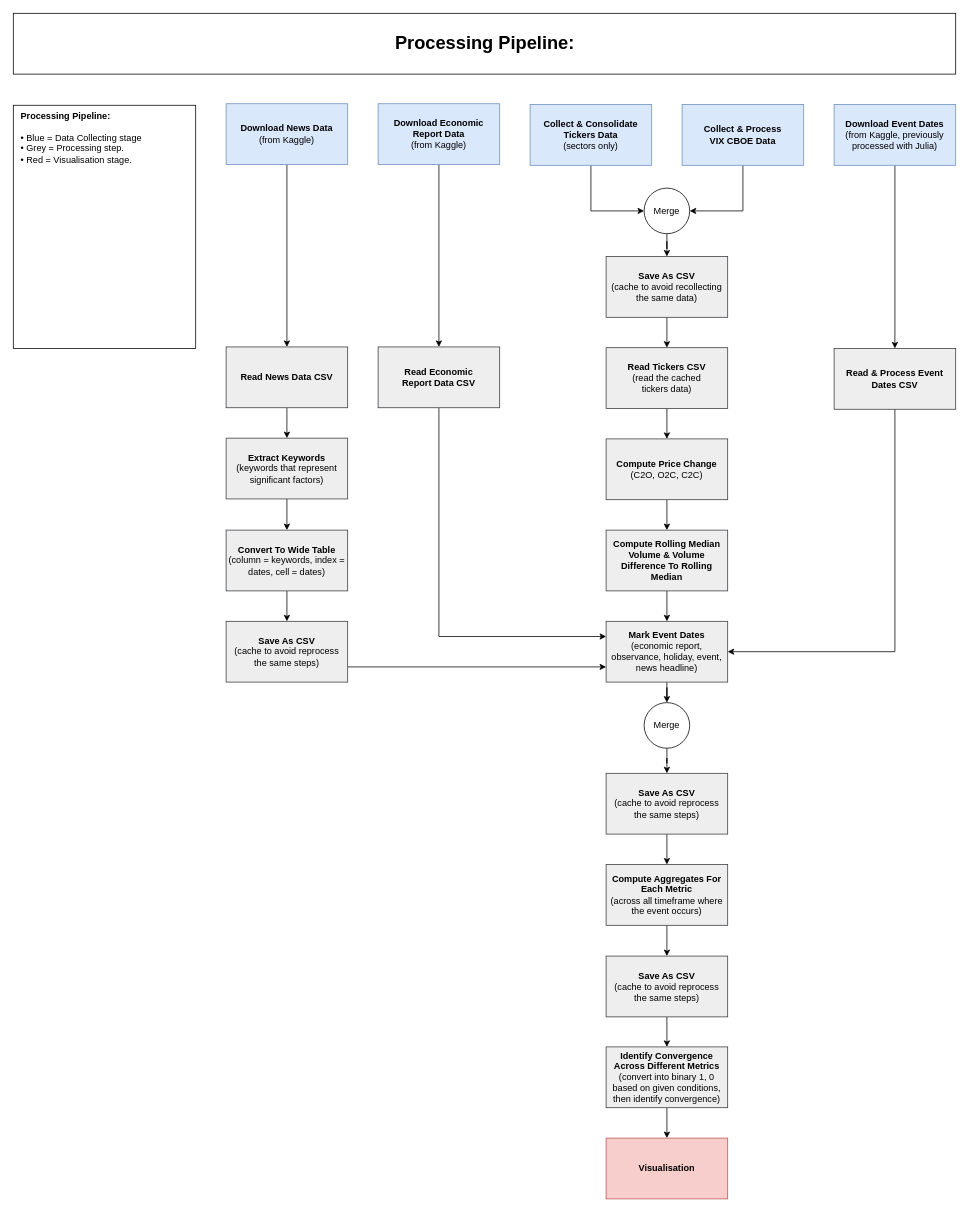
The draw.io diagram page "processing-pipeline" (1 of 2) of docs/processing_flowchart.drawio in lioneltayyd/MADS-M1-analysis-of-price-sensitivity-to-various-factors, before the edit. Source tidied: cells renumbered, new cells numbered last; positions are measured from the earlier drawing's top-left corner, leaving out a move shared by most shapes. Both pictures are drawn from the tidied source at 76%, with x=0, y=0 at pixel (13, 13).
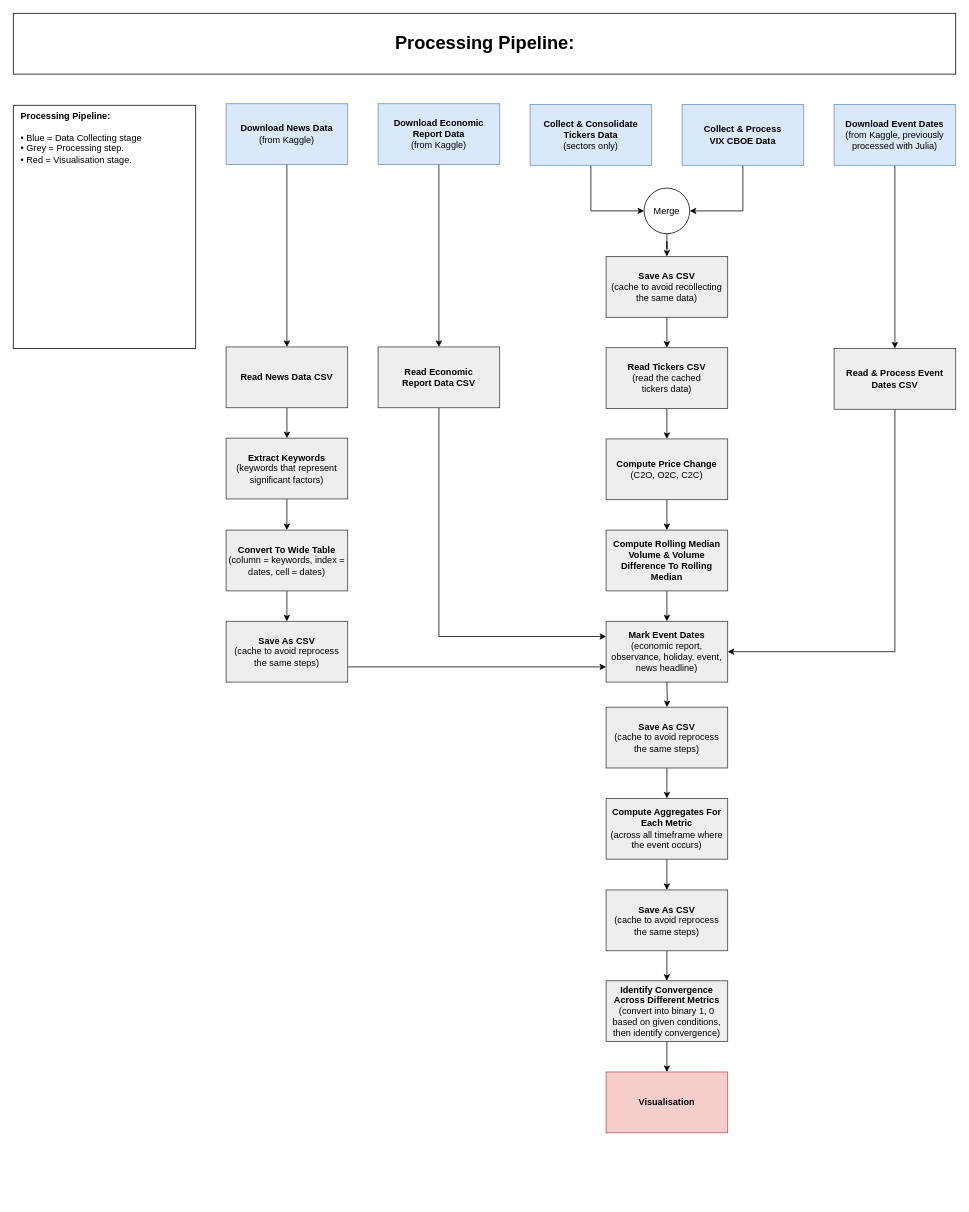
Above is the later version.

Unchanged cells that the change refers to:
```xml
<mxCell id="25" value="&lt;b&gt;Mark Event Dates&lt;/b&gt;&lt;br&gt;(economic report, observance, holiday, event, news headline)" style="rounded=0;whiteSpace=wrap;html=1;fillColor=#eeeeee;strokeColor=#36393d;" parent="1" vertex="1">
  <mxGeometry x="780" y="800" width="160" height="80" as="geometry" />
</mxCell>
```

The edit, as a diff of the source:
```diff
@@
-    <mxCell id="24" style="edgeStyle=orthogonalEdgeStyle;rounded=0;jettySize=auto;html=1;" parent="1" edge="1" source="25" target="36">
-      <mxGeometry relative="1" as="geometry" />
-    </mxCell>
@@
     <mxCell id="27" value="&lt;b&gt;Save As CSV&lt;/b&gt;&lt;br&gt;(cache to avoid reprocess &lt;br&gt;the same steps)" style="rounded=0;whiteSpace=wrap;html=1;fillColor=#eeeeee;strokeColor=#36393d;" parent="1" vertex="1">
-      <mxGeometry x="780" y="1000" width="160" height="80" as="geometry" />
+      <mxGeometry x="780" y="913" width="160" height="80" as="geometry" />
     </mxCell>
@@
-    <mxCell id="35" style="edgeStyle=orthogonalEdgeStyle;rounded=0;jettySize=auto;html=1;" parent="1" edge="1" source="36" target="27">
-      <mxGeometry relative="1" as="geometry" />
+    <mxCell id="35" style="edgeStyle=orthogonalEdgeStyle;rounded=0;jettySize=auto;html=1;" parent="1" edge="1" target="27">
+      <mxGeometry relative="1" as="geometry">
+        <mxPoint x="860" y="880" as="sourcePoint" />
+      </mxGeometry>
     </mxCell>
-    <mxCell id="36" value="Merge" style="ellipse;whiteSpace=wrap;html=1;" parent="1" vertex="1">
-      <mxGeometry x="830" y="907" width="60" height="60" as="geometry" />
-    </mxCell>
@@
     <mxCell id="40" value="&lt;b&gt;Compute Aggregates For Each Metric&lt;br&gt;&lt;/b&gt;(across all timeframe where the event occurs)" style="rounded=0;whiteSpace=wrap;html=1;fillColor=#eeeeee;strokeColor=#36393d;" parent="1" vertex="1">
-      <mxGeometry x="780" y="1120" width="160" height="80" as="geometry" />
+      <mxGeometry x="780" y="1033" width="160" height="80" as="geometry" />
     </mxCell>
@@
     <mxCell id="42" value="&lt;b&gt;Identify Convergence Across Different Metrics&lt;br&gt;&lt;/b&gt;(convert into binary 1, 0 based on given conditions, then identify convergence)&lt;b&gt;&lt;br&gt;&lt;/b&gt;" style="rounded=0;whiteSpace=wrap;html=1;fillColor=#eeeeee;strokeColor=#36393d;" parent="1" vertex="1">
-      <mxGeometry x="780" y="1360" width="160" height="80" as="geometry" />
+      <mxGeometry x="780" y="1273" width="160" height="80" as="geometry" />
     </mxCell>
     <mxCell id="43" value="&lt;b&gt;Visualisation&lt;br&gt;&lt;/b&gt;" style="rounded=0;whiteSpace=wrap;html=1;fillColor=#f8cecc;strokeColor=#b85450;" parent="1" vertex="1">
-      <mxGeometry x="780" y="1480" width="160" height="80" as="geometry" />
+      <mxGeometry x="780" y="1393" width="160" height="80" as="geometry" />
     </mxCell>
@@
     <mxCell id="47" value="&lt;b&gt;Save As CSV&lt;/b&gt;&lt;br&gt;(cache to avoid reprocess &lt;br&gt;the same steps)" style="rounded=0;whiteSpace=wrap;html=1;fillColor=#eeeeee;strokeColor=#36393d;" parent="1" vertex="1">
-      <mxGeometry x="780" y="1240.5" width="160" height="80" as="geometry" />
+      <mxGeometry x="780" y="1153.5" width="160" height="80" as="geometry" />
     </mxCell>
```
